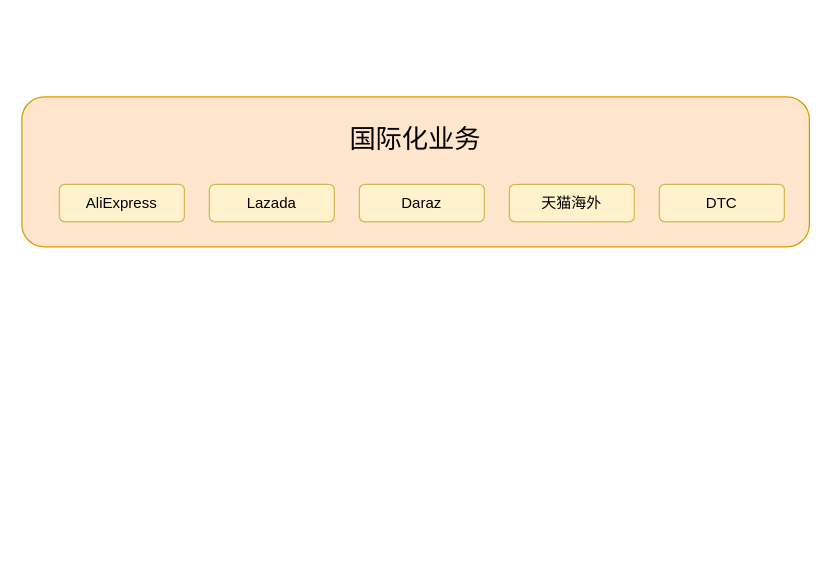
wangyingjun/project keeps this draw.io diagram as 未命名绘图.drawio. Above is the earlier version. Source tidied: cells renumbered, new cells numbered last; positions are measured from the earlier drawing's top-left corner, leaving out a move shared by most shapes. Both pictures are drawn from the tidied source at 125%, with x=0, y=0 at pixel (21, 96).
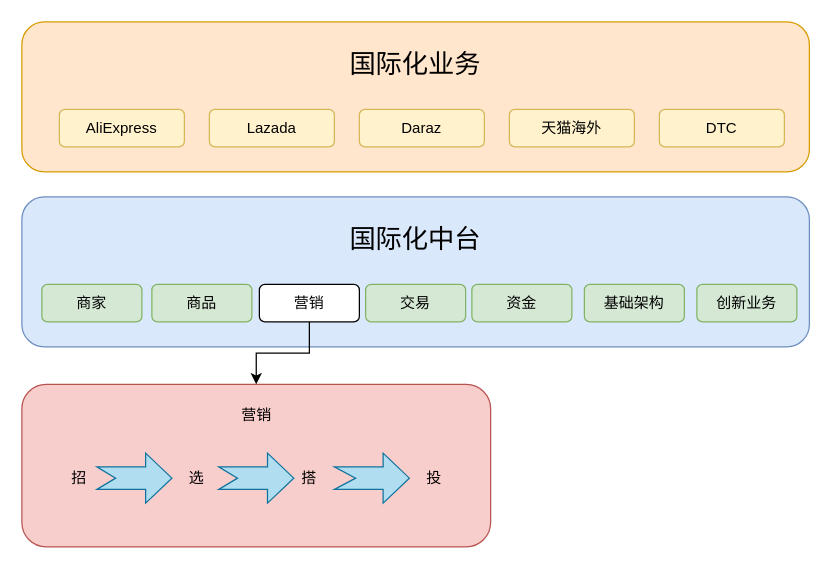
The same diagram, later.

Commit message (it also covers changes not shown here):
更新未命名绘图.drawio

Change to the diagram source:
```diff
@@
+    <mxCell id="9" style="group;" parent="1" vertex="1">
+      <mxGeometry y="-60" width="630" height="120" as="geometry" />
+    </mxCell>
-    <mxCell id="2" style="rounded=1;whiteSpace=wrap;html=1;fillColor=#ffe6cc;strokeColor=#d79b00;" parent="1" vertex="1">
+    <mxCell id="2" style="rounded=1;whiteSpace=wrap;html=1;fillColor=#ffe6cc;strokeColor=#d79b00;" parent="9" vertex="1">
       <mxGeometry width="630" height="120" as="geometry" />
     </mxCell>
-    <mxCell id="3" value="&lt;font style=&quot;font-size: 21px&quot;&gt;国际化业务&lt;/font&gt;" style="text;html=1;strokeColor=none;fillColor=none;align=center;verticalAlign=middle;whiteSpace=wrap;rounded=0;" parent="1" vertex="1">
+    <mxCell id="3" value="&lt;font style=&quot;font-size: 21px&quot;&gt;国际化业务&lt;/font&gt;" style="text;html=1;strokeColor=none;fillColor=none;align=center;verticalAlign=middle;whiteSpace=wrap;rounded=0;" parent="9" vertex="1">
       <mxGeometry x="248" y="18" width="134" height="30" as="geometry" />
     </mxCell>
-    <mxCell id="4" value="&lt;div class=&quot;lake-content&quot;&gt;&lt;span&gt;AliExpress&lt;/span&gt;&lt;br&gt;&lt;/div&gt;" style="rounded=1;whiteSpace=wrap;html=1;fillColor=#fff2cc;strokeColor=#d6b656;align=center;" parent="1" vertex="1">
+    <mxCell id="4" value="&lt;div class=&quot;lake-content&quot;&gt;&lt;span&gt;AliExpress&lt;/span&gt;&lt;br&gt;&lt;/div&gt;" style="rounded=1;whiteSpace=wrap;html=1;fillColor=#fff2cc;strokeColor=#d6b656;align=center;" parent="9" vertex="1">
       <mxGeometry x="30" y="70" width="100" height="30" as="geometry" />
     </mxCell>
-    <mxCell id="5" value="&lt;div class=&quot;lake-content&quot;&gt;&lt;div class=&quot;lake-content&quot;&gt;&lt;span&gt;Lazada&lt;/span&gt;&lt;br&gt;&lt;/div&gt;&lt;/div&gt;" style="rounded=1;whiteSpace=wrap;html=1;fillColor=#fff2cc;strokeColor=#d6b656;align=center;" parent="1" vertex="1">
+    <mxCell id="5" value="&lt;div class=&quot;lake-content&quot;&gt;&lt;div class=&quot;lake-content&quot;&gt;&lt;span&gt;Lazada&lt;/span&gt;&lt;br&gt;&lt;/div&gt;&lt;/div&gt;" style="rounded=1;whiteSpace=wrap;html=1;fillColor=#fff2cc;strokeColor=#d6b656;align=center;" parent="9" vertex="1">
       <mxGeometry x="150" y="70" width="100" height="30" as="geometry" />
     </mxCell>
-    <mxCell id="6" value="&lt;div class=&quot;lake-content&quot;&gt;&lt;div class=&quot;lake-content&quot;&gt;&lt;span&gt;Daraz&lt;/span&gt;&lt;br&gt;&lt;/div&gt;&lt;/div&gt;" style="rounded=1;whiteSpace=wrap;html=1;fillColor=#fff2cc;strokeColor=#d6b656;align=center;" parent="1" vertex="1">
+    <mxCell id="6" value="&lt;div class=&quot;lake-content&quot;&gt;&lt;div class=&quot;lake-content&quot;&gt;&lt;span&gt;Daraz&lt;/span&gt;&lt;br&gt;&lt;/div&gt;&lt;/div&gt;" style="rounded=1;whiteSpace=wrap;html=1;fillColor=#fff2cc;strokeColor=#d6b656;align=center;" parent="9" vertex="1">
       <mxGeometry x="270" y="70" width="100" height="30" as="geometry" />
     </mxCell>
-    <mxCell id="7" value="&lt;div class=&quot;lake-content&quot;&gt;&lt;div class=&quot;lake-content&quot;&gt;天猫海外&lt;/div&gt;&lt;/div&gt;" style="rounded=1;whiteSpace=wrap;html=1;fillColor=#fff2cc;strokeColor=#d6b656;align=center;" parent="1" vertex="1">
+    <mxCell id="7" value="&lt;div class=&quot;lake-content&quot;&gt;&lt;div class=&quot;lake-content&quot;&gt;天猫海外&lt;/div&gt;&lt;/div&gt;" style="rounded=1;whiteSpace=wrap;html=1;fillColor=#fff2cc;strokeColor=#d6b656;align=center;" parent="9" vertex="1">
       <mxGeometry x="390" y="70" width="100" height="30" as="geometry" />
     </mxCell>
-    <mxCell id="8" value="&lt;div class=&quot;lake-content&quot;&gt;&lt;div class=&quot;lake-content&quot;&gt;DTC&lt;/div&gt;&lt;/div&gt;" style="rounded=1;whiteSpace=wrap;html=1;fillColor=#fff2cc;strokeColor=#d6b656;align=center;" parent="1" vertex="1">
+    <mxCell id="8" value="&lt;div class=&quot;lake-content&quot;&gt;&lt;div class=&quot;lake-content&quot;&gt;DTC&lt;/div&gt;&lt;/div&gt;" style="rounded=1;whiteSpace=wrap;html=1;fillColor=#fff2cc;strokeColor=#d6b656;align=center;" parent="9" vertex="1">
       <mxGeometry x="510" y="70" width="100" height="30" as="geometry" />
     </mxCell>
+    <mxCell id="10" style="group;" parent="1" vertex="1">
+      <mxGeometry y="80" width="630" height="120" as="geometry" />
+    </mxCell>
+    <mxCell id="11" style="rounded=1;whiteSpace=wrap;html=1;fillColor=#dae8fc;strokeColor=#6c8ebf;" parent="10" vertex="1">
+      <mxGeometry width="630" height="120" as="geometry" />
+    </mxCell>
+    <mxCell id="12" value="&lt;font style=&quot;font-size: 21px&quot;&gt;国际化中台&lt;/font&gt;" style="text;html=1;strokeColor=none;fillColor=none;align=center;verticalAlign=middle;whiteSpace=wrap;rounded=0;" parent="10" vertex="1">
+      <mxGeometry x="248" y="18" width="134" height="30" as="geometry" />
+    </mxCell>
+    <mxCell id="13" value="&lt;div class=&quot;lake-content&quot;&gt;&lt;span&gt;商家&lt;/span&gt;&lt;br&gt;&lt;/div&gt;" style="rounded=1;whiteSpace=wrap;html=1;fillColor=#d5e8d4;strokeColor=#82b366;align=center;" parent="10" vertex="1">
+      <mxGeometry x="16" y="70" width="80" height="30" as="geometry" />
+    </mxCell>
+    <mxCell id="14" value="&lt;div class=&quot;lake-content&quot;&gt;&lt;div class=&quot;lake-content&quot;&gt;&lt;span&gt;商品&lt;/span&gt;&lt;br&gt;&lt;/div&gt;&lt;/div&gt;" style="rounded=1;whiteSpace=wrap;html=1;fillColor=#d5e8d4;strokeColor=#82b366;align=center;" parent="10" vertex="1">
+      <mxGeometry x="104" y="70" width="80" height="30" as="geometry" />
+    </mxCell>
+    <mxCell id="15" value="&lt;div class=&quot;lake-content&quot;&gt;&lt;div class=&quot;lake-content&quot;&gt;&lt;span&gt;营销&lt;/span&gt;&lt;br&gt;&lt;/div&gt;&lt;/div&gt;" style="rounded=1;whiteSpace=wrap;html=1;align=center;" parent="10" vertex="1">
+      <mxGeometry x="190" y="70" width="80" height="30" as="geometry" />
+    </mxCell>
+    <mxCell id="16" value="&lt;div class=&quot;lake-content&quot;&gt;&lt;div class=&quot;lake-content&quot;&gt;交易&lt;/div&gt;&lt;/div&gt;" style="rounded=1;whiteSpace=wrap;html=1;fillColor=#d5e8d4;strokeColor=#82b366;align=center;" parent="10" vertex="1">
+      <mxGeometry x="275" y="70" width="80" height="30" as="geometry" />
+    </mxCell>
+    <mxCell id="17" value="&lt;div class=&quot;lake-content&quot;&gt;&lt;div class=&quot;lake-content&quot;&gt;资金&lt;/div&gt;&lt;/div&gt;" style="rounded=1;whiteSpace=wrap;html=1;fillColor=#d5e8d4;strokeColor=#82b366;align=center;" parent="10" vertex="1">
+      <mxGeometry x="360" y="70" width="80" height="30" as="geometry" />
+    </mxCell>
+    <mxCell id="18" value="&lt;div class=&quot;lake-content&quot;&gt;&lt;div class=&quot;lake-content&quot;&gt;基础架构&lt;/div&gt;&lt;/div&gt;" style="rounded=1;whiteSpace=wrap;html=1;fillColor=#d5e8d4;strokeColor=#82b366;align=center;" parent="10" vertex="1">
+      <mxGeometry x="450" y="70" width="80" height="30" as="geometry" />
+    </mxCell>
+    <mxCell id="19" value="&lt;div class=&quot;lake-content&quot;&gt;&lt;div class=&quot;lake-content&quot;&gt;创新业务&lt;/div&gt;&lt;/div&gt;" style="rounded=1;whiteSpace=wrap;html=1;fillColor=#d5e8d4;strokeColor=#82b366;align=center;" parent="10" vertex="1">
+      <mxGeometry x="540" y="70" width="80" height="30" as="geometry" />
+    </mxCell>
+    <mxCell id="20" style="whiteSpace=wrap;html=1;rounded=1;fillColor=#f8cecc;strokeColor=#b85450;" parent="1" vertex="1">
+      <mxGeometry y="230" width="375" height="130" as="geometry" />
+    </mxCell>
+    <mxCell id="21" style="edgeStyle=orthogonalEdgeStyle;rounded=0;jettySize=auto;html=1;" parent="1" edge="1" source="15" target="20">
+      <mxGeometry relative="1" as="geometry" />
+    </mxCell>
+    <mxCell id="22" value="营销" style="text;html=1;strokeColor=none;fillColor=none;align=center;verticalAlign=middle;whiteSpace=wrap;rounded=0;" parent="1" vertex="1">
+      <mxGeometry x="157.5" y="240" width="60" height="30" as="geometry" />
+    </mxCell>
+    <mxCell id="23" value="招" style="text;html=1;strokeColor=none;fillColor=none;align=center;verticalAlign=middle;whiteSpace=wrap;rounded=0;" parent="1" vertex="1">
+      <mxGeometry x="16" y="290" width="60" height="30" as="geometry" />
+    </mxCell>
+    <mxCell id="24" value="选" style="text;html=1;strokeColor=none;fillColor=none;align=center;verticalAlign=middle;whiteSpace=wrap;rounded=0;" parent="1" vertex="1">
+      <mxGeometry x="110" y="290" width="60" height="30" as="geometry" />
+    </mxCell>
+    <mxCell id="25" value="搭" style="text;html=1;strokeColor=none;fillColor=none;align=center;verticalAlign=middle;whiteSpace=wrap;rounded=0;" parent="1" vertex="1">
+      <mxGeometry x="200" y="290" width="60" height="30" as="geometry" />
+    </mxCell>
+    <mxCell id="26" value="投" style="text;html=1;strokeColor=none;fillColor=none;align=center;verticalAlign=middle;whiteSpace=wrap;rounded=0;" parent="1" vertex="1">
+      <mxGeometry x="300" y="290" width="60" height="30" as="geometry" />
+    </mxCell>
+    <mxCell id="27" style="html=1;shadow=0;dashed=0;align=center;verticalAlign=middle;shape=mxgraph.arrows2.arrow;dy=0.55;dx=21;notch=15;fillColor=#b1ddf0;strokeColor=#10739e;" parent="1" vertex="1">
+      <mxGeometry x="60" y="285" width="60" height="40" as="geometry" />
+    </mxCell>
+    <mxCell id="28" style="html=1;shadow=0;dashed=0;align=center;verticalAlign=middle;shape=mxgraph.arrows2.arrow;dy=0.55;dx=21;notch=15;fillColor=#b1ddf0;strokeColor=#10739e;" parent="1" vertex="1">
+      <mxGeometry x="157.5" y="285" width="60" height="40" as="geometry" />
+    </mxCell>
+    <mxCell id="29" style="html=1;shadow=0;dashed=0;align=center;verticalAlign=middle;shape=mxgraph.arrows2.arrow;dy=0.55;dx=21;notch=17;fillColor=#b1ddf0;strokeColor=#10739e;" parent="1" vertex="1">
+      <mxGeometry x="250" y="285" width="60" height="40" as="geometry" />
+    </mxCell>
```
